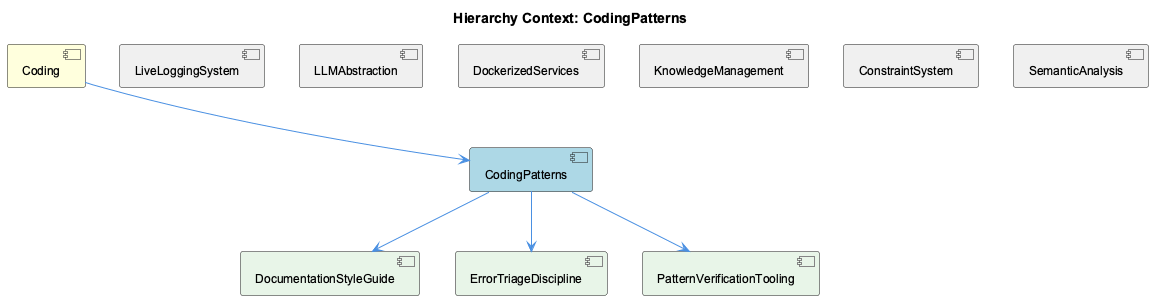
fwornle/coding keeps this PlantUML diagram as knowledge-management/insights/images/coding-patterns-relationship.png. Above is the earlier version.
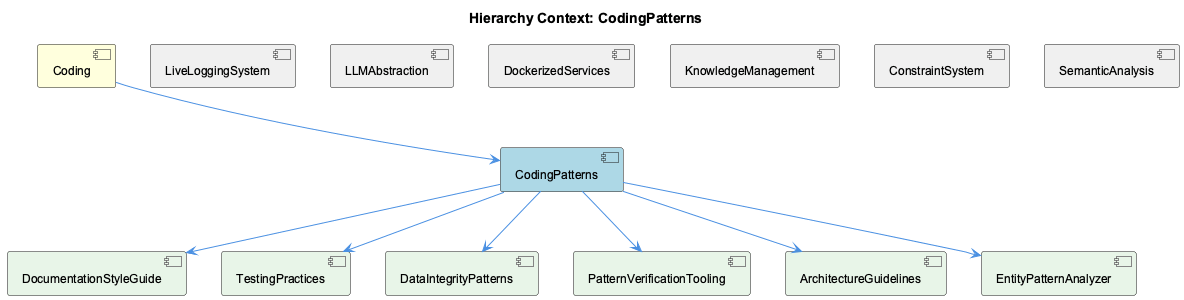
After the commit.

Diff of the diagram source:
```diff
@@ -12,8 +12,11 @@
 [ConstraintSystem] as constraint_system #F0F0F0
 [SemanticAnalysis] as semantic_analysis #F0F0F0
 [DocumentationStyleGuide] as documentation_style_guide #E8F5E8
-[ErrorTriageDiscipline] as error_triage_discipline #E8F5E8
+[TestingPractices] as testing_practices #E8F5E8
+[DataIntegrityPatterns] as data_integrity_patterns #E8F5E8
 [PatternVerificationTooling] as pattern_verification_tooling #E8F5E8
+[ArchitectureGuidelines] as architecture_guidelines #E8F5E8
+[EntityPatternAnalyzer] as entity_pattern_analyzer #E8F5E8
 
 coding --> coding_patterns
 live_logging_system -[hidden]- coding_patterns
@@ -23,7 +26,10 @@
 constraint_system -[hidden]- coding_patterns
 semantic_analysis -[hidden]- coding_patterns
 coding_patterns --> documentation_style_guide
-coding_patterns --> error_triage_discipline
+coding_patterns --> testing_practices
+coding_patterns --> data_integrity_patterns
 coding_patterns --> pattern_verification_tooling
+coding_patterns --> architecture_guidelines
+coding_patterns --> entity_pattern_analyzer
 
 @enduml
```
